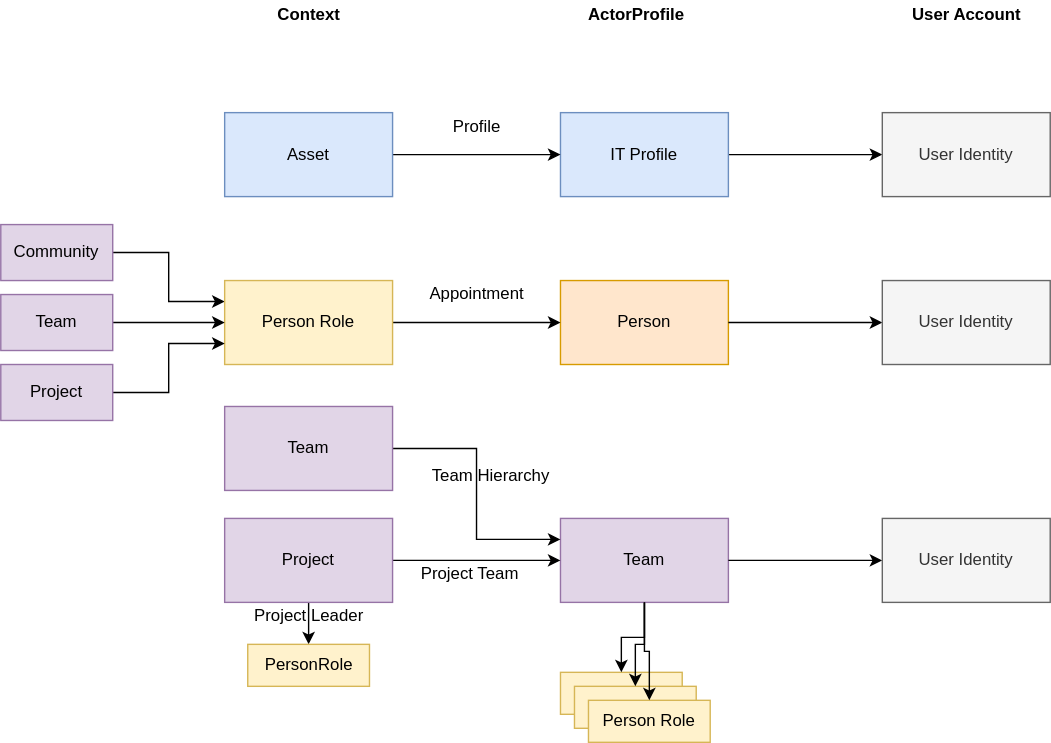
odpi/egeria-docs keeps this draw.io diagram as site/docs/features/people-roles-organizations/profile-context-summary.svg. Above is the earlier version. Source tidied: cells renumbered, new cells last; positions are measured from the earlier drawing's top-left corner, leaving out a move shared by most shapes. The source it was exported from:
```xml
<mxGraphModel>
  <root>
    <mxCell id="0" />
    <mxCell id="1" parent="0" />
    <mxCell id="2" style="edgeStyle=orthogonalEdgeStyle;rounded=0;jettySize=auto;html=1;" parent="1" edge="1" source="3" target="6">
      <mxGeometry relative="1" as="geometry" />
    </mxCell>
    <mxCell id="3" value="IT Profile" style="rounded=0;whiteSpace=wrap;html=1;strokeColor=#6c8ebf;fillColor=#dae8fc;" parent="1" vertex="1">
      <mxGeometry x="400" y="80" width="120" height="60" as="geometry" />
    </mxCell>
    <mxCell id="4" style="edgeStyle=orthogonalEdgeStyle;rounded=0;jettySize=auto;html=1;" parent="1" edge="1" source="5" target="3">
      <mxGeometry relative="1" as="geometry" />
    </mxCell>
    <mxCell id="5" value="Asset" style="rounded=0;whiteSpace=wrap;html=1;strokeColor=#6c8ebf;fillColor=#dae8fc;" parent="1" vertex="1">
      <mxGeometry x="160" y="80" width="120" height="60" as="geometry" />
    </mxCell>
    <mxCell id="6" value="User Identity" style="rounded=0;whiteSpace=wrap;html=1;strokeColor=#666666;fillColor=#f5f5f5;fontColor=#333333;" parent="1" vertex="1">
      <mxGeometry x="630" y="80" width="120" height="60" as="geometry" />
    </mxCell>
    <mxCell id="7" value="Person" style="rounded=0;whiteSpace=wrap;html=1;fillColor=#ffe6cc;strokeColor=#d79b00;" parent="1" vertex="1">
      <mxGeometry x="400" y="200" width="120" height="60" as="geometry" />
    </mxCell>
    <mxCell id="8" value="Team" style="rounded=0;whiteSpace=wrap;html=1;fillColor=#e1d5e7;strokeColor=#9673a6;" parent="1" vertex="1">
      <mxGeometry x="400" y="370" width="120" height="60" as="geometry" />
    </mxCell>
    <mxCell id="9" style="edgeStyle=orthogonalEdgeStyle;rounded=0;jettySize=auto;html=1;entryX=0;entryY=0.25;entryDx=0;entryDy=0;" parent="1" edge="1" source="10" target="8">
      <mxGeometry relative="1" as="geometry" />
    </mxCell>
    <mxCell id="10" value="Team" style="rounded=0;whiteSpace=wrap;html=1;fillColor=#e1d5e7;strokeColor=#9673a6;" parent="1" vertex="1">
      <mxGeometry x="160" y="290" width="120" height="60" as="geometry" />
    </mxCell>
    <mxCell id="11" style="edgeStyle=orthogonalEdgeStyle;rounded=0;jettySize=auto;html=1;entryX=0;entryY=0.5;entryDx=0;entryDy=0;" parent="1" edge="1" source="13" target="8">
      <mxGeometry relative="1" as="geometry" />
    </mxCell>
    <mxCell id="12" style="edgeStyle=orthogonalEdgeStyle;rounded=0;jettySize=auto;html=1;exitX=0.5;exitY=1;exitDx=0;exitDy=0;entryX=0.5;entryY=0;entryDx=0;entryDy=0;" parent="1" edge="1" source="13" target="31">
      <mxGeometry relative="1" as="geometry" />
    </mxCell>
    <mxCell id="13" value="Project" style="rounded=0;whiteSpace=wrap;html=1;fillColor=#e1d5e7;strokeColor=#9673a6;" parent="1" vertex="1">
      <mxGeometry x="160" y="370" width="120" height="60" as="geometry" />
    </mxCell>
    <mxCell id="14" style="edgeStyle=orthogonalEdgeStyle;rounded=0;jettySize=auto;html=1;entryX=0;entryY=0.25;entryDx=0;entryDy=0;" parent="1" edge="1" source="15" target="17">
      <mxGeometry relative="1" as="geometry" />
    </mxCell>
    <mxCell id="15" value="Community" style="rounded=0;whiteSpace=wrap;html=1;fillColor=#e1d5e7;strokeColor=#9673a6;" parent="1" vertex="1">
      <mxGeometry y="160" width="80" height="40" as="geometry" />
    </mxCell>
    <mxCell id="16" style="edgeStyle=orthogonalEdgeStyle;rounded=0;jettySize=auto;html=1;entryX=0;entryY=0.5;entryDx=0;entryDy=0;" parent="1" edge="1" source="17" target="7">
      <mxGeometry relative="1" as="geometry" />
    </mxCell>
    <mxCell id="17" value="Person Role" style="rounded=0;whiteSpace=wrap;html=1;strokeColor=#d6b656;fillColor=#fff2cc;" parent="1" vertex="1">
      <mxGeometry x="160" y="200" width="120" height="60" as="geometry" />
    </mxCell>
    <mxCell id="18" style="edgeStyle=orthogonalEdgeStyle;rounded=0;jettySize=auto;html=1;" parent="1" edge="1" source="7" target="19">
      <mxGeometry relative="1" as="geometry" />
    </mxCell>
    <mxCell id="19" value="User Identity" style="rounded=0;whiteSpace=wrap;html=1;strokeColor=#666666;fillColor=#f5f5f5;fontColor=#333333;" parent="1" vertex="1">
      <mxGeometry x="630" y="200" width="120" height="60" as="geometry" />
    </mxCell>
    <mxCell id="20" style="edgeStyle=orthogonalEdgeStyle;rounded=0;jettySize=auto;html=1;" parent="1" edge="1" target="21">
      <mxGeometry relative="1" as="geometry">
        <mxPoint x="520" y="400" as="sourcePoint" />
      </mxGeometry>
    </mxCell>
    <mxCell id="21" value="User Identity" style="rounded=0;whiteSpace=wrap;html=1;strokeColor=#666666;fillColor=#f5f5f5;fontColor=#333333;" parent="1" vertex="1">
      <mxGeometry x="630" y="370" width="120" height="60" as="geometry" />
    </mxCell>
    <mxCell id="22" value="Person Role" style="rounded=0;whiteSpace=wrap;html=1;fillColor=#fff2cc;strokeColor=#d6b656;" parent="1" vertex="1">
      <mxGeometry x="400" y="480" width="87" height="30" as="geometry" />
    </mxCell>
    <mxCell id="23" value="Person Role" style="rounded=0;whiteSpace=wrap;html=1;fillColor=#fff2cc;strokeColor=#d6b656;" parent="1" vertex="1">
      <mxGeometry x="410" y="490" width="87" height="30" as="geometry" />
    </mxCell>
    <mxCell id="24" value="Person Role" style="rounded=0;whiteSpace=wrap;html=1;fillColor=#fff2cc;strokeColor=#d6b656;" parent="1" vertex="1">
      <mxGeometry x="420" y="500" width="87" height="30" as="geometry" />
    </mxCell>
    <mxCell id="25" style="edgeStyle=orthogonalEdgeStyle;rounded=0;jettySize=auto;html=1;entryX=0.5;entryY=0;entryDx=0;entryDy=0;" parent="1" edge="1" source="8" target="22">
      <mxGeometry relative="1" as="geometry" />
    </mxCell>
    <mxCell id="26" style="edgeStyle=orthogonalEdgeStyle;rounded=0;jettySize=auto;html=1;exitX=0.5;exitY=1;exitDx=0;exitDy=0;entryX=0.5;entryY=0;entryDx=0;entryDy=0;" parent="1" edge="1" source="8" target="23">
      <mxGeometry relative="1" as="geometry" />
    </mxCell>
    <mxCell id="27" style="edgeStyle=orthogonalEdgeStyle;rounded=0;jettySize=auto;html=1;exitX=0.5;exitY=1;exitDx=0;exitDy=0;" parent="1" edge="1" source="8" target="24">
      <mxGeometry relative="1" as="geometry" />
    </mxCell>
    <mxCell id="28" value="Context" style="text;html=1;align=center;verticalAlign=middle;strokeColor=none;fillColor=none;fontStyle=1;" parent="1" vertex="1">
      <mxGeometry x="190" width="60" height="20" as="geometry" />
    </mxCell>
    <mxCell id="29" value="ActorProfile" style="text;html=1;align=center;verticalAlign=middle;strokeColor=none;fillColor=none;fontStyle=1;" parent="1" vertex="1">
      <mxGeometry x="413.5" width="80" height="20" as="geometry" />
    </mxCell>
    <mxCell id="30" value="User Account" style="text;html=1;align=center;verticalAlign=middle;strokeColor=none;fillColor=none;fontStyle=1;" parent="1" vertex="1">
      <mxGeometry x="645" width="90" height="20" as="geometry" />
    </mxCell>
    <mxCell id="31" value="PersonRole" style="rounded=0;whiteSpace=wrap;html=1;fillColor=#fff2cc;strokeColor=#d6b656;" parent="1" vertex="1">
      <mxGeometry x="176.5" y="460" width="87" height="30" as="geometry" />
    </mxCell>
    <mxCell id="32" value="Project Team" style="text;html=1;align=center;verticalAlign=middle;strokeColor=none;fillColor=none;" parent="1" vertex="1">
      <mxGeometry x="290" y="400" width="90" height="20" as="geometry" />
    </mxCell>
    <mxCell id="33" style="edgeStyle=orthogonalEdgeStyle;rounded=0;jettySize=auto;html=1;entryX=0;entryY=0.5;entryDx=0;entryDy=0;" parent="1" edge="1" source="34" target="17">
      <mxGeometry relative="1" as="geometry" />
    </mxCell>
    <mxCell id="34" value="Team" style="rounded=0;whiteSpace=wrap;html=1;fillColor=#e1d5e7;strokeColor=#9673a6;" parent="1" vertex="1">
      <mxGeometry y="210" width="80" height="40" as="geometry" />
    </mxCell>
    <mxCell id="35" style="edgeStyle=orthogonalEdgeStyle;rounded=0;jettySize=auto;html=1;entryX=0;entryY=0.75;entryDx=0;entryDy=0;" parent="1" edge="1" source="36" target="17">
      <mxGeometry relative="1" as="geometry" />
    </mxCell>
    <mxCell id="36" value="Project" style="rounded=0;whiteSpace=wrap;html=1;fillColor=#e1d5e7;strokeColor=#9673a6;" parent="1" vertex="1">
      <mxGeometry y="260" width="80" height="40" as="geometry" />
    </mxCell>
    <mxCell id="37" value="Team Hierarchy" style="text;html=1;align=center;verticalAlign=middle;strokeColor=none;fillColor=none;" parent="1" vertex="1">
      <mxGeometry x="300" y="330" width="100" height="20" as="geometry" />
    </mxCell>
    <mxCell id="38" value="Appointment" style="text;html=1;align=center;verticalAlign=middle;strokeColor=none;fillColor=none;" parent="1" vertex="1">
      <mxGeometry x="300" y="200" width="80" height="20" as="geometry" />
    </mxCell>
    <mxCell id="39" value="Profile" style="text;html=1;align=center;verticalAlign=middle;strokeColor=none;fillColor=none;" parent="1" vertex="1">
      <mxGeometry x="315" y="80" width="50" height="20" as="geometry" />
    </mxCell>
    <mxCell id="40" value="Project Leader" style="text;html=1;align=center;verticalAlign=middle;strokeColor=none;fillColor=none;" parent="1" vertex="1">
      <mxGeometry x="175" y="430" width="90" height="20" as="geometry" />
    </mxCell>
  </root>
</mxGraphModel>
```
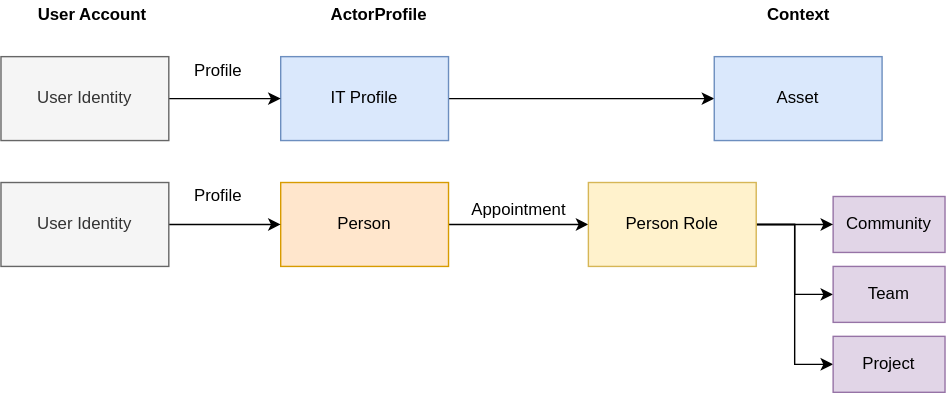
After the commit.

Change to the diagram source:
```diff
@@ -2,124 +2,71 @@
   <root>
     <mxCell id="0" />
     <mxCell id="1" parent="0" />
-    <mxCell id="2" style="edgeStyle=orthogonalEdgeStyle;rounded=0;jettySize=auto;html=1;" parent="1" edge="1" source="3" target="6">
+    <mxCell id="2" style="edgeStyle=orthogonalEdgeStyle;rounded=0;jettySize=auto;html=1;exitX=1;exitY=0.5;exitDx=0;exitDy=0;" parent="1" edge="1" source="3" target="4">
       <mxGeometry relative="1" as="geometry" />
     </mxCell>
     <mxCell id="3" value="IT Profile" style="rounded=0;whiteSpace=wrap;html=1;strokeColor=#6c8ebf;fillColor=#dae8fc;" parent="1" vertex="1">
-      <mxGeometry x="400" y="80" width="120" height="60" as="geometry" />
+      <mxGeometry x="260" y="80" width="120" height="60" as="geometry" />
     </mxCell>
-    <mxCell id="4" style="edgeStyle=orthogonalEdgeStyle;rounded=0;jettySize=auto;html=1;" parent="1" edge="1" source="5" target="3">
-      <mxGeometry relative="1" as="geometry" />
+    <mxCell id="4" value="Asset" style="rounded=0;whiteSpace=wrap;html=1;strokeColor=#6c8ebf;fillColor=#dae8fc;" parent="1" vertex="1">
+      <mxGeometry x="570" y="80" width="120" height="60" as="geometry" />
     </mxCell>
-    <mxCell id="5" value="Asset" style="rounded=0;whiteSpace=wrap;html=1;strokeColor=#6c8ebf;fillColor=#dae8fc;" parent="1" vertex="1">
-      <mxGeometry x="160" y="80" width="120" height="60" as="geometry" />
+    <mxCell id="5" style="edgeStyle=orthogonalEdgeStyle;rounded=0;jettySize=auto;html=1;exitX=1;exitY=0.5;exitDx=0;exitDy=0;" parent="1" edge="1" source="6" target="3">
+      <mxGeometry relative="1" as="geometry" />
     </mxCell>
     <mxCell id="6" value="User Identity" style="rounded=0;whiteSpace=wrap;html=1;strokeColor=#666666;fillColor=#f5f5f5;fontColor=#333333;" parent="1" vertex="1">
-      <mxGeometry x="630" y="80" width="120" height="60" as="geometry" />
+      <mxGeometry x="60" y="80" width="120" height="60" as="geometry" />
     </mxCell>
-    <mxCell id="7" value="Person" style="rounded=0;whiteSpace=wrap;html=1;fillColor=#ffe6cc;strokeColor=#d79b00;" parent="1" vertex="1">
-      <mxGeometry x="400" y="200" width="120" height="60" as="geometry" />
+    <mxCell id="7" style="edgeStyle=orthogonalEdgeStyle;rounded=0;jettySize=auto;html=1;exitX=1;exitY=0.5;exitDx=0;exitDy=0;" parent="1" edge="1" source="8" target="13">
+      <mxGeometry relative="1" as="geometry" />
     </mxCell>
-    <mxCell id="8" value="Team" style="rounded=0;whiteSpace=wrap;html=1;fillColor=#e1d5e7;strokeColor=#9673a6;" parent="1" vertex="1">
-      <mxGeometry x="400" y="370" width="120" height="60" as="geometry" />
+    <mxCell id="8" value="Person" style="rounded=0;whiteSpace=wrap;html=1;fillColor=#ffe6cc;strokeColor=#d79b00;" parent="1" vertex="1">
+      <mxGeometry x="260" y="170" width="120" height="60" as="geometry" />
     </mxCell>
-    <mxCell id="9" style="edgeStyle=orthogonalEdgeStyle;rounded=0;jettySize=auto;html=1;entryX=0;entryY=0.25;entryDx=0;entryDy=0;" parent="1" edge="1" source="10" target="8">
-      <mxGeometry relative="1" as="geometry" />
+    <mxCell id="9" value="Community" style="rounded=0;whiteSpace=wrap;html=1;fillColor=#e1d5e7;strokeColor=#9673a6;" parent="1" vertex="1">
+      <mxGeometry x="655" y="180" width="80" height="40" as="geometry" />
     </mxCell>
-    <mxCell id="10" value="Team" style="rounded=0;whiteSpace=wrap;html=1;fillColor=#e1d5e7;strokeColor=#9673a6;" parent="1" vertex="1">
-      <mxGeometry x="160" y="290" width="120" height="60" as="geometry" />
+    <mxCell id="10" style="edgeStyle=orthogonalEdgeStyle;rounded=0;jettySize=auto;html=1;exitX=1;exitY=0.5;exitDx=0;exitDy=0;" parent="1" edge="1" source="13" target="9">
+      <mxGeometry relative="1" as="geometry" />
     </mxCell>
-    <mxCell id="11" style="edgeStyle=orthogonalEdgeStyle;rounded=0;jettySize=auto;html=1;entryX=0;entryY=0.5;entryDx=0;entryDy=0;" parent="1" edge="1" source="13" target="8">
+    <mxCell id="11" style="edgeStyle=orthogonalEdgeStyle;rounded=0;jettySize=auto;html=1;exitX=1;exitY=0.5;exitDx=0;exitDy=0;" parent="1" edge="1" source="13" target="19">
       <mxGeometry relative="1" as="geometry" />
     </mxCell>
-    <mxCell id="12" style="edgeStyle=orthogonalEdgeStyle;rounded=0;jettySize=auto;html=1;exitX=0.5;exitY=1;exitDx=0;exitDy=0;entryX=0.5;entryY=0;entryDx=0;entryDy=0;" parent="1" edge="1" source="13" target="31">
+    <mxCell id="12" style="edgeStyle=orthogonalEdgeStyle;rounded=0;jettySize=auto;html=1;exitX=1;exitY=0.5;exitDx=0;exitDy=0;entryX=0;entryY=0.5;entryDx=0;entryDy=0;" parent="1" edge="1" source="13" target="20">
       <mxGeometry relative="1" as="geometry" />
     </mxCell>
-    <mxCell id="13" value="Project" style="rounded=0;whiteSpace=wrap;html=1;fillColor=#e1d5e7;strokeColor=#9673a6;" parent="1" vertex="1">
-      <mxGeometry x="160" y="370" width="120" height="60" as="geometry" />
+    <mxCell id="13" value="Person Role" style="rounded=0;whiteSpace=wrap;html=1;strokeColor=#d6b656;fillColor=#fff2cc;" parent="1" vertex="1">
+      <mxGeometry x="480" y="170" width="120" height="60" as="geometry" />
     </mxCell>
-    <mxCell id="14" style="edgeStyle=orthogonalEdgeStyle;rounded=0;jettySize=auto;html=1;entryX=0;entryY=0.25;entryDx=0;entryDy=0;" parent="1" edge="1" source="15" target="17">
+    <mxCell id="14" style="edgeStyle=orthogonalEdgeStyle;rounded=0;jettySize=auto;html=1;exitX=1;exitY=0.5;exitDx=0;exitDy=0;" parent="1" edge="1" source="15" target="8">
       <mxGeometry relative="1" as="geometry" />
     </mxCell>
-    <mxCell id="15" value="Community" style="rounded=0;whiteSpace=wrap;html=1;fillColor=#e1d5e7;strokeColor=#9673a6;" parent="1" vertex="1">
-      <mxGeometry y="160" width="80" height="40" as="geometry" />
+    <mxCell id="15" value="User Identity" style="rounded=0;whiteSpace=wrap;html=1;strokeColor=#666666;fillColor=#f5f5f5;fontColor=#333333;" parent="1" vertex="1">
+      <mxGeometry x="60" y="170" width="120" height="60" as="geometry" />
     </mxCell>
-    <mxCell id="16" style="edgeStyle=orthogonalEdgeStyle;rounded=0;jettySize=auto;html=1;entryX=0;entryY=0.5;entryDx=0;entryDy=0;" parent="1" edge="1" source="17" target="7">
-      <mxGeometry relative="1" as="geometry" />
+    <mxCell id="16" value="Context" style="text;html=1;align=center;verticalAlign=middle;strokeColor=none;fillColor=none;fontStyle=1;" parent="1" vertex="1">
+      <mxGeometry x="600" y="40" width="60" height="20" as="geometry" />
     </mxCell>
-    <mxCell id="17" value="Person Role" style="rounded=0;whiteSpace=wrap;html=1;strokeColor=#d6b656;fillColor=#fff2cc;" parent="1" vertex="1">
-      <mxGeometry x="160" y="200" width="120" height="60" as="geometry" />
+    <mxCell id="17" value="ActorProfile" style="text;html=1;align=center;verticalAlign=middle;points=[];strokeColor=none;fillColor=none;fontStyle=1;" parent="1" vertex="1">
+      <mxGeometry x="290" y="40" width="80" height="20" as="geometry" />
     </mxCell>
-    <mxCell id="18" style="edgeStyle=orthogonalEdgeStyle;rounded=0;jettySize=auto;html=1;" parent="1" edge="1" source="7" target="19">
-      <mxGeometry relative="1" as="geometry" />
+    <mxCell id="18" value="User Account" style="text;html=1;align=center;verticalAlign=middle;strokeColor=none;fillColor=none;fontStyle=1;" parent="1" vertex="1">
+      <mxGeometry x="80" y="40" width="90" height="20" as="geometry" />
     </mxCell>
-    <mxCell id="19" value="User Identity" style="rounded=0;whiteSpace=wrap;html=1;strokeColor=#666666;fillColor=#f5f5f5;fontColor=#333333;" parent="1" vertex="1">
-      <mxGeometry x="630" y="200" width="120" height="60" as="geometry" />
+    <mxCell id="19" value="Team" style="rounded=0;whiteSpace=wrap;html=1;fillColor=#e1d5e7;strokeColor=#9673a6;" parent="1" vertex="1">
+      <mxGeometry x="655" y="230" width="80" height="40" as="geometry" />
     </mxCell>
-    <mxCell id="20" style="edgeStyle=orthogonalEdgeStyle;rounded=0;jettySize=auto;html=1;" parent="1" edge="1" target="21">
-      <mxGeometry relative="1" as="geometry">
-        <mxPoint x="520" y="400" as="sourcePoint" />
-      </mxGeometry>
+    <mxCell id="20" value="Project" style="rounded=0;whiteSpace=wrap;html=1;fillColor=#e1d5e7;strokeColor=#9673a6;" parent="1" vertex="1">
+      <mxGeometry x="655" y="280" width="80" height="40" as="geometry" />
     </mxCell>
-    <mxCell id="21" value="User Identity" style="rounded=0;whiteSpace=wrap;html=1;strokeColor=#666666;fillColor=#f5f5f5;fontColor=#333333;" parent="1" vertex="1">
-      <mxGeometry x="630" y="370" width="120" height="60" as="geometry" />
+    <mxCell id="21" value="Appointment" style="text;html=1;align=center;verticalAlign=middle;points=[];strokeColor=none;fillColor=none;" parent="1" vertex="1">
+      <mxGeometry x="390" y="180" width="80" height="20" as="geometry" />
     </mxCell>
-    <mxCell id="22" value="Person Role" style="rounded=0;whiteSpace=wrap;html=1;fillColor=#fff2cc;strokeColor=#d6b656;" parent="1" vertex="1">
-      <mxGeometry x="400" y="480" width="87" height="30" as="geometry" />
+    <mxCell id="22" value="Profile" style="text;html=1;align=center;verticalAlign=middle;points=[];strokeColor=none;fillColor=none;" parent="1" vertex="1">
+      <mxGeometry x="190" y="80" width="50" height="20" as="geometry" />
     </mxCell>
-    <mxCell id="23" value="Person Role" style="rounded=0;whiteSpace=wrap;html=1;fillColor=#fff2cc;strokeColor=#d6b656;" parent="1" vertex="1">
-      <mxGeometry x="410" y="490" width="87" height="30" as="geometry" />
+    <mxCell id="23" value="Profile" style="text;html=1;align=center;verticalAlign=middle;points=[];strokeColor=none;fillColor=none;" parent="1" vertex="1">
+      <mxGeometry x="190" y="170" width="50" height="20" as="geometry" />
     </mxCell>
-    <mxCell id="24" value="Person Role" style="rounded=0;whiteSpace=wrap;html=1;fillColor=#fff2cc;strokeColor=#d6b656;" parent="1" vertex="1">
-      <mxGeometry x="420" y="500" width="87" height="30" as="geometry" />
-    </mxCell>
-    <mxCell id="25" style="edgeStyle=orthogonalEdgeStyle;rounded=0;jettySize=auto;html=1;entryX=0.5;entryY=0;entryDx=0;entryDy=0;" parent="1" edge="1" source="8" target="22">
-      <mxGeometry relative="1" as="geometry" />
-    </mxCell>
-    <mxCell id="26" style="edgeStyle=orthogonalEdgeStyle;rounded=0;jettySize=auto;html=1;exitX=0.5;exitY=1;exitDx=0;exitDy=0;entryX=0.5;entryY=0;entryDx=0;entryDy=0;" parent="1" edge="1" source="8" target="23">
-      <mxGeometry relative="1" as="geometry" />
-    </mxCell>
-    <mxCell id="27" style="edgeStyle=orthogonalEdgeStyle;rounded=0;jettySize=auto;html=1;exitX=0.5;exitY=1;exitDx=0;exitDy=0;" parent="1" edge="1" source="8" target="24">
-      <mxGeometry relative="1" as="geometry" />
-    </mxCell>
-    <mxCell id="28" value="Context" style="text;html=1;align=center;verticalAlign=middle;strokeColor=none;fillColor=none;fontStyle=1;" parent="1" vertex="1">
-      <mxGeometry x="190" width="60" height="20" as="geometry" />
-    </mxCell>
-    <mxCell id="29" value="ActorProfile" style="text;html=1;align=center;verticalAlign=middle;strokeColor=none;fillColor=none;fontStyle=1;" parent="1" vertex="1">
-      <mxGeometry x="413.5" width="80" height="20" as="geometry" />
-    </mxCell>
-    <mxCell id="30" value="User Account" style="text;html=1;align=center;verticalAlign=middle;strokeColor=none;fillColor=none;fontStyle=1;" parent="1" vertex="1">
-      <mxGeometry x="645" width="90" height="20" as="geometry" />
-    </mxCell>
-    <mxCell id="31" value="PersonRole" style="rounded=0;whiteSpace=wrap;html=1;fillColor=#fff2cc;strokeColor=#d6b656;" parent="1" vertex="1">
-      <mxGeometry x="176.5" y="460" width="87" height="30" as="geometry" />
-    </mxCell>
-    <mxCell id="32" value="Project Team" style="text;html=1;align=center;verticalAlign=middle;strokeColor=none;fillColor=none;" parent="1" vertex="1">
-      <mxGeometry x="290" y="400" width="90" height="20" as="geometry" />
-    </mxCell>
-    <mxCell id="33" style="edgeStyle=orthogonalEdgeStyle;rounded=0;jettySize=auto;html=1;entryX=0;entryY=0.5;entryDx=0;entryDy=0;" parent="1" edge="1" source="34" target="17">
-      <mxGeometry relative="1" as="geometry" />
-    </mxCell>
-    <mxCell id="34" value="Team" style="rounded=0;whiteSpace=wrap;html=1;fillColor=#e1d5e7;strokeColor=#9673a6;" parent="1" vertex="1">
-      <mxGeometry y="210" width="80" height="40" as="geometry" />
-    </mxCell>
-    <mxCell id="35" style="edgeStyle=orthogonalEdgeStyle;rounded=0;jettySize=auto;html=1;entryX=0;entryY=0.75;entryDx=0;entryDy=0;" parent="1" edge="1" source="36" target="17">
-      <mxGeometry relative="1" as="geometry" />
-    </mxCell>
-    <mxCell id="36" value="Project" style="rounded=0;whiteSpace=wrap;html=1;fillColor=#e1d5e7;strokeColor=#9673a6;" parent="1" vertex="1">
-      <mxGeometry y="260" width="80" height="40" as="geometry" />
-    </mxCell>
-    <mxCell id="37" value="Team Hierarchy" style="text;html=1;align=center;verticalAlign=middle;strokeColor=none;fillColor=none;" parent="1" vertex="1">
-      <mxGeometry x="300" y="330" width="100" height="20" as="geometry" />
-    </mxCell>
-    <mxCell id="38" value="Appointment" style="text;html=1;align=center;verticalAlign=middle;strokeColor=none;fillColor=none;" parent="1" vertex="1">
-      <mxGeometry x="300" y="200" width="80" height="20" as="geometry" />
-    </mxCell>
-    <mxCell id="39" value="Profile" style="text;html=1;align=center;verticalAlign=middle;strokeColor=none;fillColor=none;" parent="1" vertex="1">
-      <mxGeometry x="315" y="80" width="50" height="20" as="geometry" />
-    </mxCell>
-    <mxCell id="40" value="Project Leader" style="text;html=1;align=center;verticalAlign=middle;strokeColor=none;fillColor=none;" parent="1" vertex="1">
-      <mxGeometry x="175" y="430" width="90" height="20" as="geometry" />
-    </mxCell>
   </root>
 </mxGraphModel>
```
